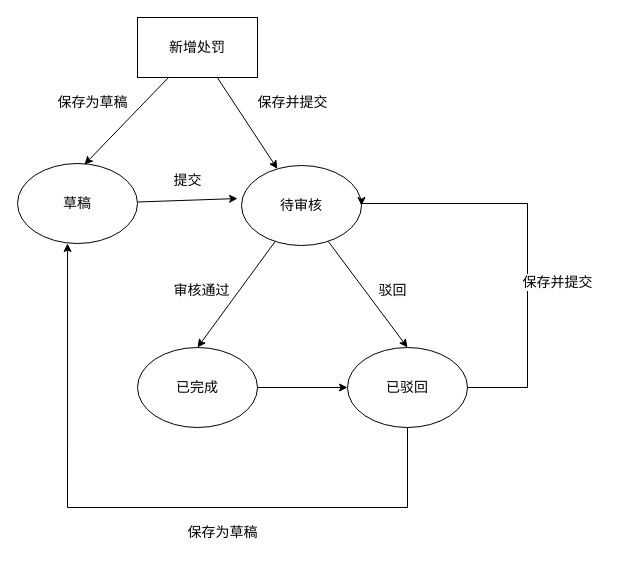
Before: 加盟商处罚管理状态流转.drawio in 1846872430/shj_chart, a draw.io diagram. Source tidied: cells renumbered, new cells numbered last; positions are measured from the earlier drawing's top-left corner, leaving out a move shared by most shapes. Both pictures are drawn from the tidied source at 100%, with x=0, y=0 at pixel (17, 17).
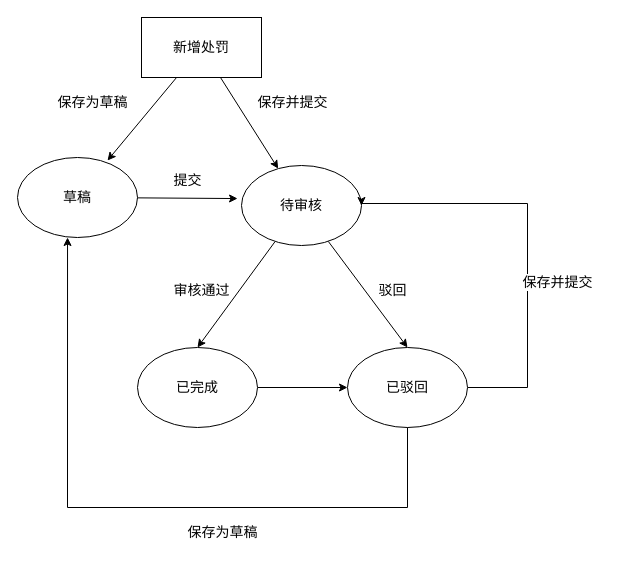
After the change.

Commit message (it also covers changes not shown here):
更新加盟商处罚管理状态流转.drawio

What changed in the source:
```diff
@@
     <mxCell id="2" value="草稿" style="ellipse;whiteSpace=wrap;html=1;fontSize=14;" parent="1" vertex="1">
-      <mxGeometry y="146" width="120" height="80" as="geometry" />
+      <mxGeometry y="140" width="120" height="80" as="geometry" />
     </mxCell>
@@
     <mxCell id="4" value="新增处罚" style="rounded=0;whiteSpace=wrap;html=1;fontSize=14;" parent="1" vertex="1">
-      <mxGeometry x="120" width="120" height="60" as="geometry" />
+      <mxGeometry x="124" width="120" height="60" as="geometry" />
     </mxCell>
@@
-    <mxCell id="8" style="rounded=0;jettySize=auto;html=1;entryX=0.558;entryY=0.013;entryDx=0;entryDy=0;entryPerimeter=0;fontFamily=Helvetica;fontSize=12;fontColor=default;" parent="1" edge="1" source="4" target="2">
+    <mxCell id="8" style="rounded=0;jettySize=auto;html=1;entryX=0.75;entryY=0.038;entryDx=0;entryDy=0;entryPerimeter=0;fontFamily=Helvetica;fontSize=12;fontColor=default;" parent="1" edge="1" source="4" target="2">
       <mxGeometry relative="1" as="geometry" />
     </mxCell>
```
